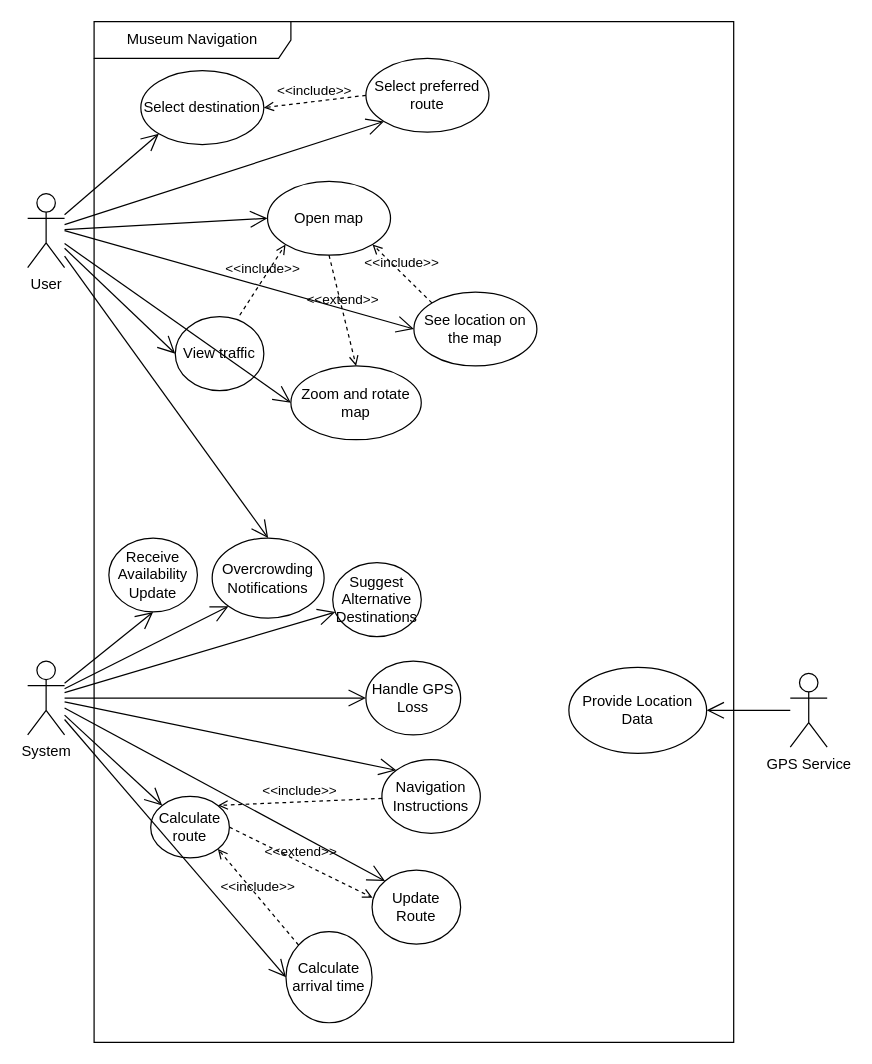
Above: Use Case Diagrams/Museum Navigation.drawio in gsklaven/MusePath (draw.io), before the change. Source tidied: cells renumbered, new cells numbered last; positions are measured from the earlier drawing's top-left corner, leaving out a move shared by most shapes. Both pictures are drawn from the tidied source at 123%, with x=0, y=0 at pixel (27, 21).
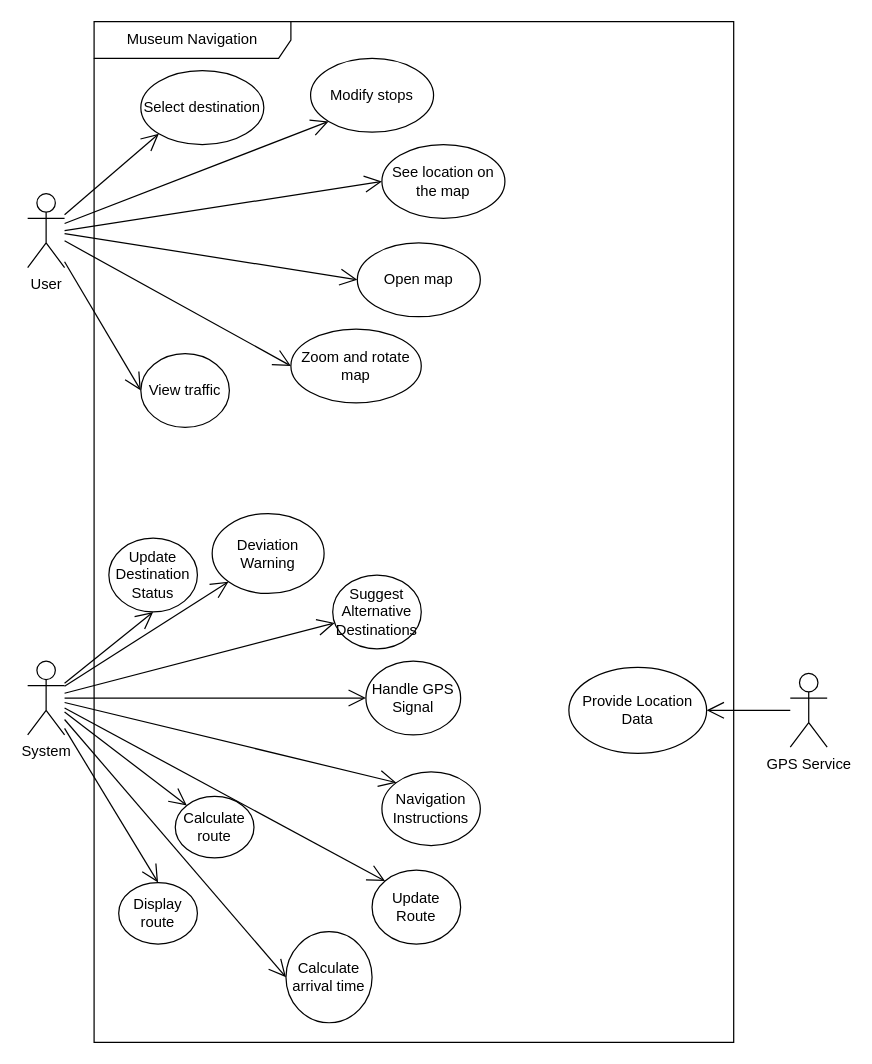
After the change.

Commit message (it also covers changes not shown here):
fix requirements and use case diagrams

The change refers to these unchanged cells:
```xml
<mxCell id="2" value="&lt;div&gt;Museum Navigation&lt;/div&gt;" style="shape=umlFrame;whiteSpace=wrap;html=1;width=160;" parent="1" vertex="1">
  <mxGeometry x="54" width="520" height="830" as="geometry" />
</mxCell>
<mxCell id="5" value="Select destination" style="ellipse;whiteSpace=wrap;html=1;" parent="2" vertex="1">
  <mxGeometry x="38" y="40" width="100" height="60" as="geometry" />
</mxCell>
<mxCell id="9" value="Calculate arrival time" style="ellipse;whiteSpace=wrap;html=1;direction=south;" parent="2" vertex="1">
  <mxGeometry x="156" y="740" width="70" height="74" as="geometry" />
</mxCell>
<mxCell id="13" value="Update Route" style="ellipse;whiteSpace=wrap;html=1;" parent="2" vertex="1">
  <mxGeometry x="226" y="690" width="72" height="60" as="geometry" />
</mxCell>
<mxCell id="25" value="User" style="shape=umlActor;verticalLabelPosition=bottom;verticalAlign=top;html=1;" parent="1" vertex="1">
  <mxGeometry y="140" width="30" height="60" as="geometry" />
</mxCell>
<mxCell id="26" value="System" style="shape=umlActor;verticalLabelPosition=bottom;verticalAlign=top;html=1;" parent="1" vertex="1">
  <mxGeometry y="520" width="30" height="60" as="geometry" />
</mxCell>
```

The edit, as a diff of the source:
```diff
@@
     <mxCell id="3" value="Open map" style="ellipse;whiteSpace=wrap;html=1;" parent="2" vertex="1">
-      <mxGeometry x="141" y="130" width="100" height="60" as="geometry" />
+      <mxGeometry x="214" y="180" width="100" height="60" as="geometry" />
     </mxCell>
     <mxCell id="4" value="See location on the map" style="ellipse;whiteSpace=wrap;html=1;" parent="2" vertex="1">
-      <mxGeometry x="260" y="220" width="100" height="60" as="geometry" />
+      <mxGeometry x="234" y="100" width="100" height="60" as="geometry" />
     </mxCell>
@@
-    <mxCell id="6" value="Select preferred route" style="ellipse;whiteSpace=wrap;html=1;" parent="2" vertex="1">
-      <mxGeometry x="221" y="30" width="100" height="60" as="geometry" />
+    <mxCell id="6" value="Modify stops" style="ellipse;whiteSpace=wrap;html=1;" parent="2" vertex="1">
+      <mxGeometry x="176" y="30" width="100" height="60" as="geometry" />
     </mxCell>
     <mxCell id="7" value="Zoom and rotate map" style="ellipse;whiteSpace=wrap;html=1;" parent="2" vertex="1">
-      <mxGeometry x="160" y="280" width="106" height="60" as="geometry" />
+      <mxGeometry x="160" y="250" width="106" height="60" as="geometry" />
     </mxCell>
@@
     <mxCell id="10" value="Calculate route" style="ellipse;whiteSpace=wrap;html=1;" parent="2" vertex="1">
-      <mxGeometry x="46" y="630" width="64" height="50" as="geometry" />
+      <mxGeometry x="66" y="630" width="64" height="50" as="geometry" />
     </mxCell>
-    <mxCell id="11" value="Handle GPS Loss" style="ellipse;whiteSpace=wrap;html=1;" parent="2" vertex="1">
+    <mxCell id="11" value="Handle GPS Signal" style="ellipse;whiteSpace=wrap;html=1;" parent="2" vertex="1">
       <mxGeometry x="221" y="520" width="77" height="60" as="geometry" />
     </mxCell>
     <mxCell id="12" value="Navigation Instructions" style="ellipse;whiteSpace=wrap;html=1;" parent="2" vertex="1">
-      <mxGeometry x="234" y="600" width="80" height="60" as="geometry" />
+      <mxGeometry x="234" y="610" width="80" height="60" as="geometry" />
     </mxCell>
@@
-    <mxCell id="14" value="Receive Availability Update" style="ellipse;whiteSpace=wrap;html=1;" parent="2" vertex="1">
+    <mxCell id="14" value="Update&lt;div&gt;Destination&lt;br&gt;&lt;div&gt;Status&lt;/div&gt;&lt;/div&gt;" style="ellipse;whiteSpace=wrap;html=1;" parent="2" vertex="1">
       <mxGeometry x="12" y="420" width="72" height="60" as="geometry" />
     </mxCell>
     <mxCell id="15" value="Suggest Alternative Destinations" style="ellipse;whiteSpace=wrap;html=1;" parent="2" vertex="1">
-      <mxGeometry x="194" y="440" width="72" height="60" as="geometry" />
+      <mxGeometry x="194" y="450" width="72" height="60" as="geometry" />
     </mxCell>
-    <mxCell id="16" value="Overcrowding Notifications" style="ellipse;whiteSpace=wrap;html=1;" parent="2" vertex="1">
-      <mxGeometry x="96" y="420" width="91" height="65" as="geometry" />
+    <mxCell id="16" value="Deviation&lt;div&gt;Warning&lt;/div&gt;" style="ellipse;whiteSpace=wrap;html=1;" parent="2" vertex="1">
+      <mxGeometry x="96" y="400" width="91" height="65" as="geometry" />
     </mxCell>
     <mxCell id="17" value="View traffic" style="ellipse;whiteSpace=wrap;html=1;" parent="2" vertex="1">
-      <mxGeometry x="66" y="240" width="72" height="60" as="geometry" />
+      <mxGeometry x="38" y="270" width="72" height="60" as="geometry" />
     </mxCell>
-    <mxCell id="18" value="&amp;lt;&amp;lt;include&amp;gt;&amp;gt;" style="html=1;verticalAlign=bottom;labelBackgroundColor=none;endArrow=open;endFill=0;dashed=1;rounded=0;entryX=1;entryY=1;entryDx=0;entryDy=0;exitX=0;exitY=1;exitDx=0;exitDy=0;" parent="2" edge="1" source="9" target="10">
-      <mxGeometry relative="1" as="geometry" />
-    </mxCell>
-    <mxCell id="19" value="&amp;lt;&amp;lt;extend&amp;gt;&amp;gt;" style="html=1;verticalAlign=bottom;labelBackgroundColor=none;endArrow=open;endFill=0;dashed=1;rounded=0;exitX=1;exitY=0.5;exitDx=0;exitDy=0;entryX=0.006;entryY=0.373;entryDx=0;entryDy=0;entryPerimeter=0;" parent="2" edge="1" source="10" target="13">
-      <mxGeometry relative="1" as="geometry" />
-    </mxCell>
-    <mxCell id="20" value="&amp;lt;&amp;lt;include&amp;gt;&amp;gt;" style="html=1;verticalAlign=bottom;labelBackgroundColor=none;endArrow=open;endFill=0;dashed=1;rounded=0;entryX=1;entryY=1;entryDx=0;entryDy=0;exitX=0;exitY=0;exitDx=0;exitDy=0;" parent="2" edge="1" source="4" target="3">
-      <mxGeometry relative="1" as="geometry" />
-    </mxCell>
-    <mxCell id="21" value="&amp;lt;&amp;lt;include&amp;gt;&amp;gt;" style="html=1;verticalAlign=bottom;labelBackgroundColor=none;endArrow=open;endFill=0;dashed=1;rounded=0;entryX=1;entryY=0.5;entryDx=0;entryDy=0;exitX=0;exitY=0.5;exitDx=0;exitDy=0;" parent="2" edge="1" source="6" target="5">
-      <mxGeometry relative="1" as="geometry" />
-    </mxCell>
-    <mxCell id="22" value="&amp;lt;&amp;lt;extend&amp;gt;&amp;gt;" style="html=1;verticalAlign=bottom;labelBackgroundColor=none;endArrow=open;endFill=0;dashed=1;rounded=0;exitX=0.5;exitY=1;exitDx=0;exitDy=0;entryX=0.5;entryY=0;entryDx=0;entryDy=0;" parent="2" edge="1" source="3" target="7">
-      <mxGeometry relative="1" as="geometry" />
-    </mxCell>
-    <mxCell id="23" value="&amp;lt;&amp;lt;include&amp;gt;&amp;gt;" style="html=1;verticalAlign=bottom;labelBackgroundColor=none;endArrow=open;endFill=0;dashed=1;rounded=0;entryX=0;entryY=1;entryDx=0;entryDy=0;exitX=0.728;exitY=-0.02;exitDx=0;exitDy=0;exitPerimeter=0;" parent="2" edge="1" source="17" target="3">
-      <mxGeometry relative="1" as="geometry" />
-    </mxCell>
-    <mxCell id="24" value="&amp;lt;&amp;lt;include&amp;gt;&amp;gt;" style="html=1;verticalAlign=bottom;labelBackgroundColor=none;endArrow=open;endFill=0;dashed=1;rounded=0;entryX=1;entryY=0;entryDx=0;entryDy=0;" parent="2" edge="1" source="12" target="10">
-      <mxGeometry relative="1" as="geometry" />
-    </mxCell>
+    <mxCell id="44" value="Display&lt;div&gt;route&lt;/div&gt;" style="ellipse;whiteSpace=wrap;html=1;" parent="2" vertex="1">
+      <mxGeometry x="20" y="700" width="64" height="50" as="geometry" />
+    </mxCell>
@@
-    <mxCell id="35" style="endArrow=open;endFill=1;endSize=12;html=1;rounded=0;entryX=0.5;entryY=0;entryDx=0;entryDy=0;" parent="1" edge="1" source="25" target="16">
-      <mxGeometry relative="1" as="geometry" />
-    </mxCell>
@@
+    <mxCell id="45" style="endArrow=open;endFill=1;endSize=12;html=1;rounded=0;entryX=0.5;entryY=0;entryDx=0;entryDy=0;" parent="1" edge="1" source="26" target="44">
+      <mxGeometry relative="1" as="geometry" />
+    </mxCell>
```
